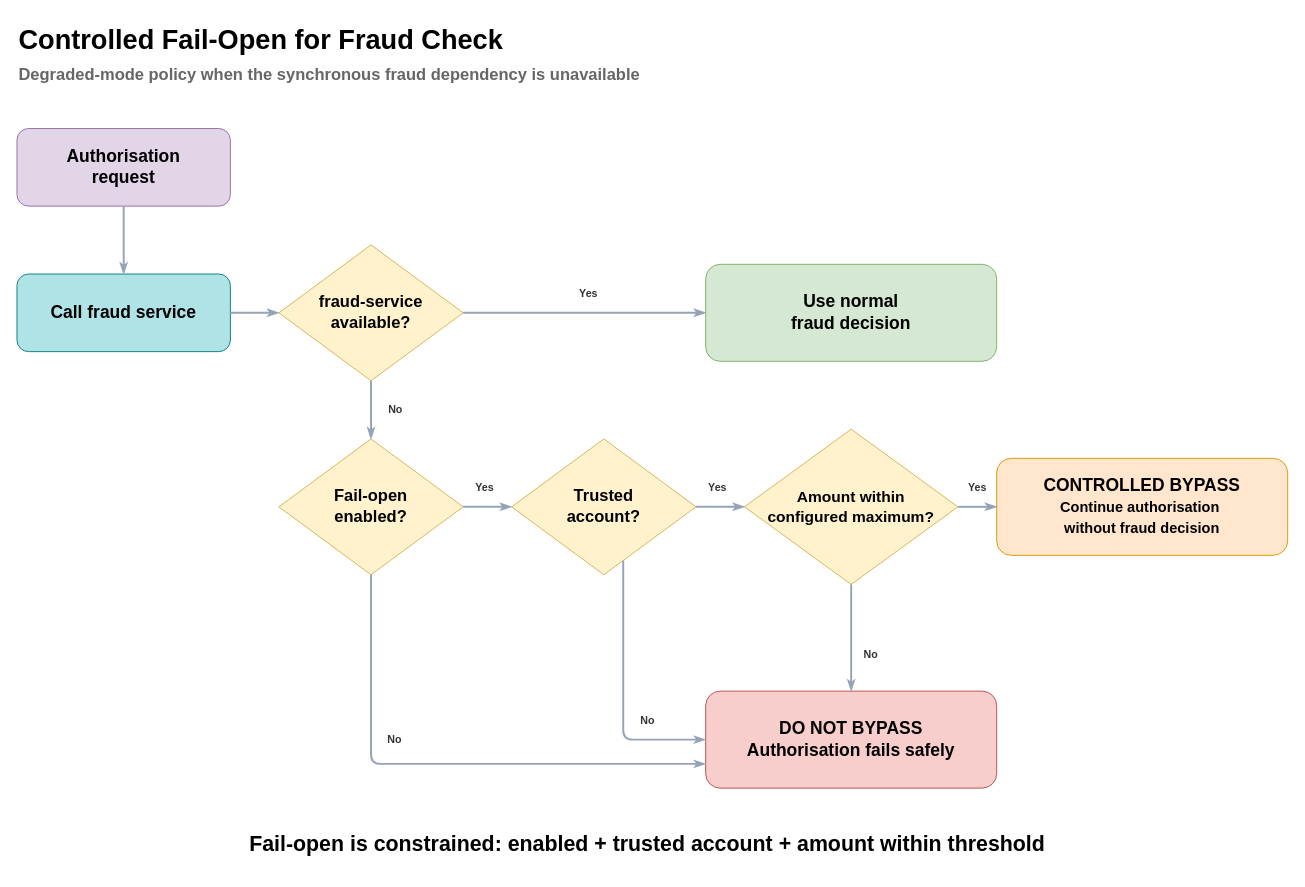
ShirongQuan/payment-platform keeps this draw.io diagram as docs/flows/diagrams/fraud-fail-open-policy.drawio. Above is the earlier version. Source tidied: cells renumbered, new cells numbered last; positions are measured from the earlier drawing's top-left corner, leaving out a move shared by most shapes. Both pictures are drawn from the tidied source at 97%, with x=0, y=0 at pixel (16, 16).
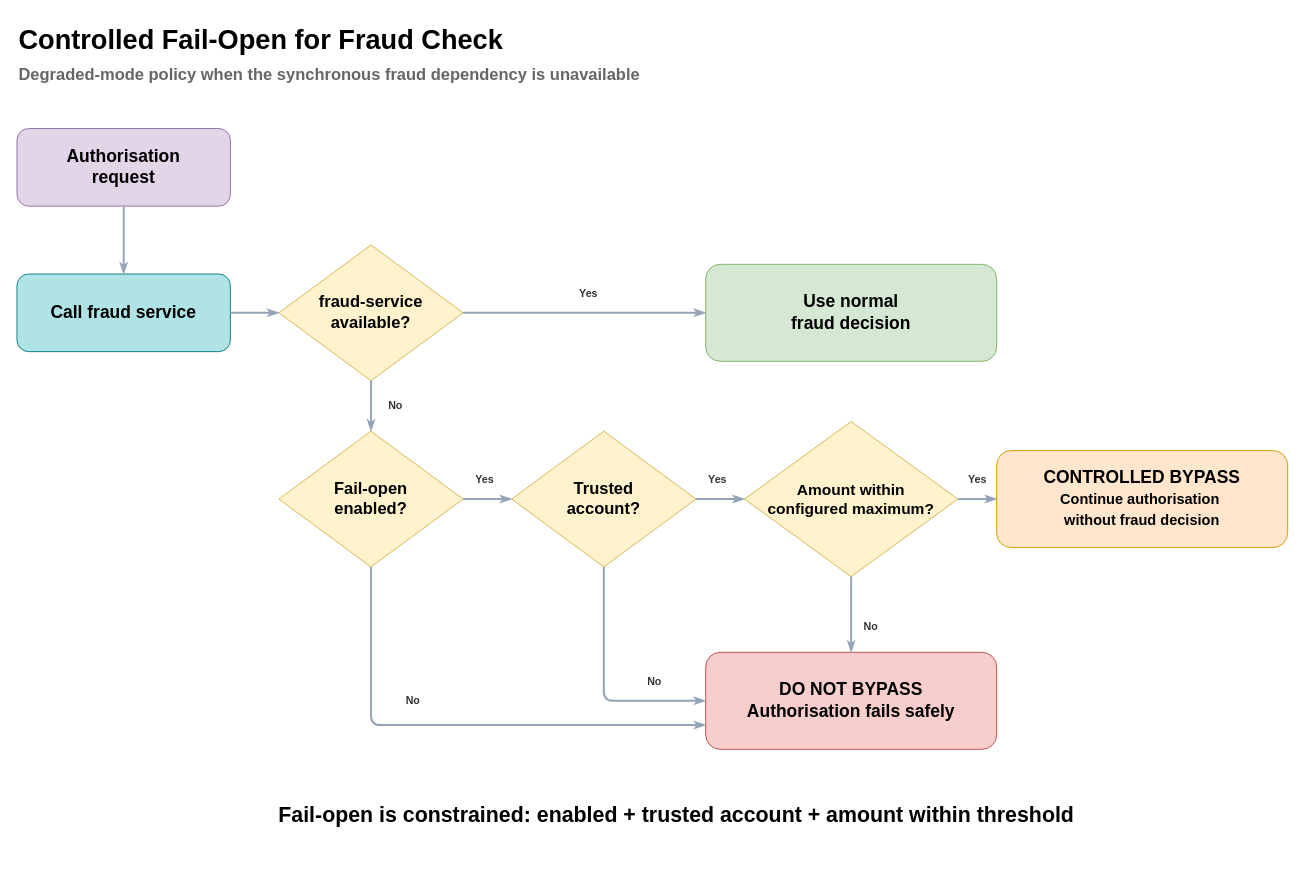
The same page after the edit.

Diff of the diagram source:
```diff
@@
     <mxCell id="8" value="Fail-open&lt;br&gt;enabled?" style="rhombus;whiteSpace=wrap;html=1;fillColor=#fff2cc;strokeColor=#d6b656;fontSize=17;fontStyle=1;" parent="1" vertex="1">
-      <mxGeometry x="270" y="435" width="190" height="140" as="geometry" />
+      <mxGeometry x="270" y="427" width="190" height="140" as="geometry" />
     </mxCell>
     <mxCell id="9" value="Trusted&lt;br&gt;account?" style="rhombus;whiteSpace=wrap;html=1;fillColor=#fff2cc;strokeColor=#d6b656;fontSize=17;fontStyle=1;" parent="1" vertex="1">
-      <mxGeometry x="510" y="435" width="190" height="140" as="geometry" />
+      <mxGeometry x="510" y="427" width="190" height="140" as="geometry" />
     </mxCell>
     <mxCell id="10" value="Amount within&lt;br&gt;configured maximum?" style="rhombus;whiteSpace=wrap;html=1;fillColor=#fff2cc;strokeColor=#d6b656;fontSize=16;fontStyle=1;" parent="1" vertex="1">
-      <mxGeometry x="750" y="425" width="220" height="160" as="geometry" />
+      <mxGeometry x="750" y="417" width="220" height="160" as="geometry" />
     </mxCell>
     <mxCell id="11" value="CONTROLLED BYPASS&lt;br&gt;&lt;font style=&quot;font-size:15px&quot;&gt;Continue authorisation&amp;nbsp;&lt;/font&gt;&lt;div&gt;&lt;font style=&quot;font-size:15px&quot;&gt;without fraud decision&lt;/font&gt;&lt;/div&gt;" style="rounded=1;whiteSpace=wrap;html=1;fillColor=#ffe6cc;strokeColor=#d79b00;fontSize=18;fontStyle=1;" parent="1" vertex="1">
-      <mxGeometry x="1010" y="455" width="300" height="100" as="geometry" />
+      <mxGeometry x="1010" y="447" width="300" height="100" as="geometry" />
     </mxCell>
     <mxCell id="12" value="DO NOT BYPASS&lt;br&gt;Authorisation fails safely" style="rounded=1;whiteSpace=wrap;html=1;fillColor=#f8cecc;strokeColor=#b85450;fontSize=18;fontStyle=1;" parent="1" vertex="1">
-      <mxGeometry x="710" y="695" width="300" height="100" as="geometry" />
+      <mxGeometry x="710" y="655" width="300" height="100" as="geometry" />
     </mxCell>
     <mxCell id="13" value="Fail-open is constrained: enabled + trusted account + amount within threshold" style="rounded=1;whiteSpace=wrap;html=1;fillColor=none;strokeColor=none;fontSize=22;fontStyle=1;align=center;" parent="1" vertex="1">
-      <mxGeometry x="140" y="825" width="1020" height="55" as="geometry" />
+      <mxGeometry x="170" y="795" width="1020" height="55" as="geometry" />
     </mxCell>
@@
-    <mxCell id="21" value="No" style="edgeStyle=orthogonalEdgeStyle;rounded=1;jettySize=auto;html=1;endArrow=classicThin;endFill=1;strokeWidth=2;fontSize=11;fontStyle=1;entryX=0;entryY=0.5;entryDx=0;entryDy=0;strokeColor=#94A3B8;align=center;verticalAlign=middle;fontFamily=Helvetica;fontColor=#333333;labelBackgroundColor=none;" parent="1" edge="1" source="9" target="12">
-      <mxGeometry x="0.56" y="20" relative="1" as="geometry">
-        <Array as="points">
-          <mxPoint x="625" y="745" />
-        </Array>
-      </mxGeometry>
+    <mxCell id="21" value="No" style="edgeStyle=orthogonalEdgeStyle;rounded=1;jettySize=auto;html=1;endArrow=classicThin;endFill=1;strokeWidth=2;fontSize=11;fontStyle=1;entryX=0;entryY=0.5;entryDx=0;entryDy=0;strokeColor=#94A3B8;align=center;verticalAlign=middle;fontFamily=Helvetica;fontColor=#333333;labelBackgroundColor=none;exitX=0.5;exitY=1;exitDx=0;exitDy=0;" parent="1" edge="1" source="9" target="12">
+      <mxGeometry x="0.56" y="20" relative="1" as="geometry" />
     </mxCell>
```
